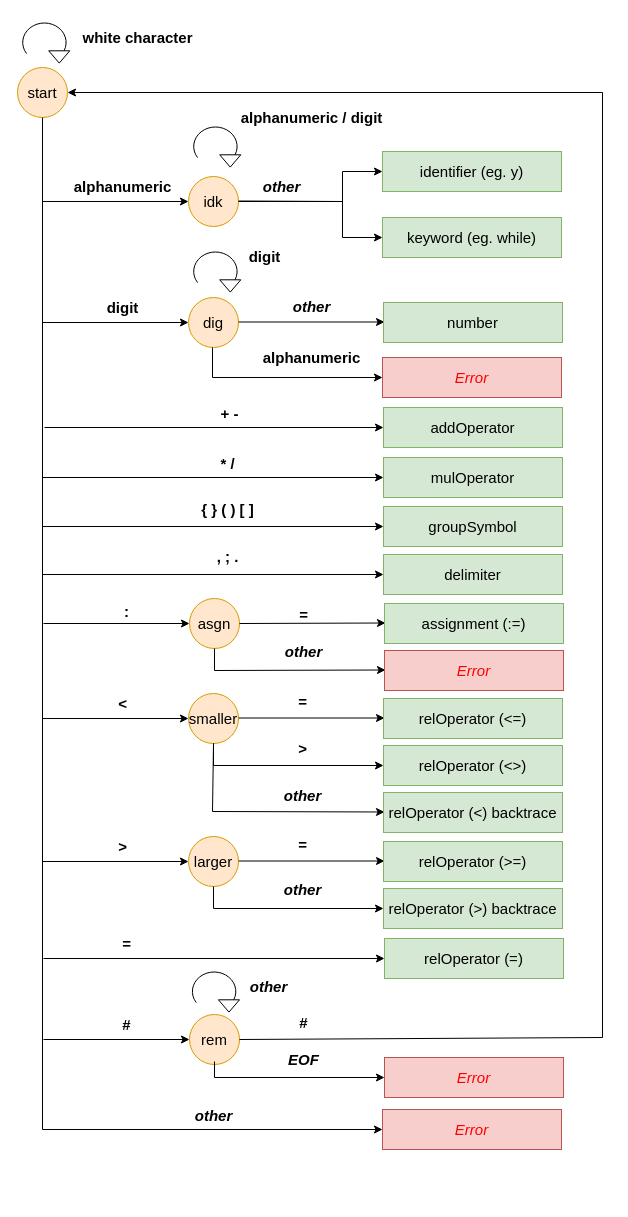
Above: diagrams/LexicalAnalyser.drawio in pKolok/myy802_cimple_2022 (draw.io), before the change. Source tidied: cells renumbered, new cells numbered last; positions are measured from the earlier drawing's top-left corner, leaving out a move shared by most shapes. Both pictures are drawn from the tidied source at 100%, with x=0, y=0 at pixel (17, 17).
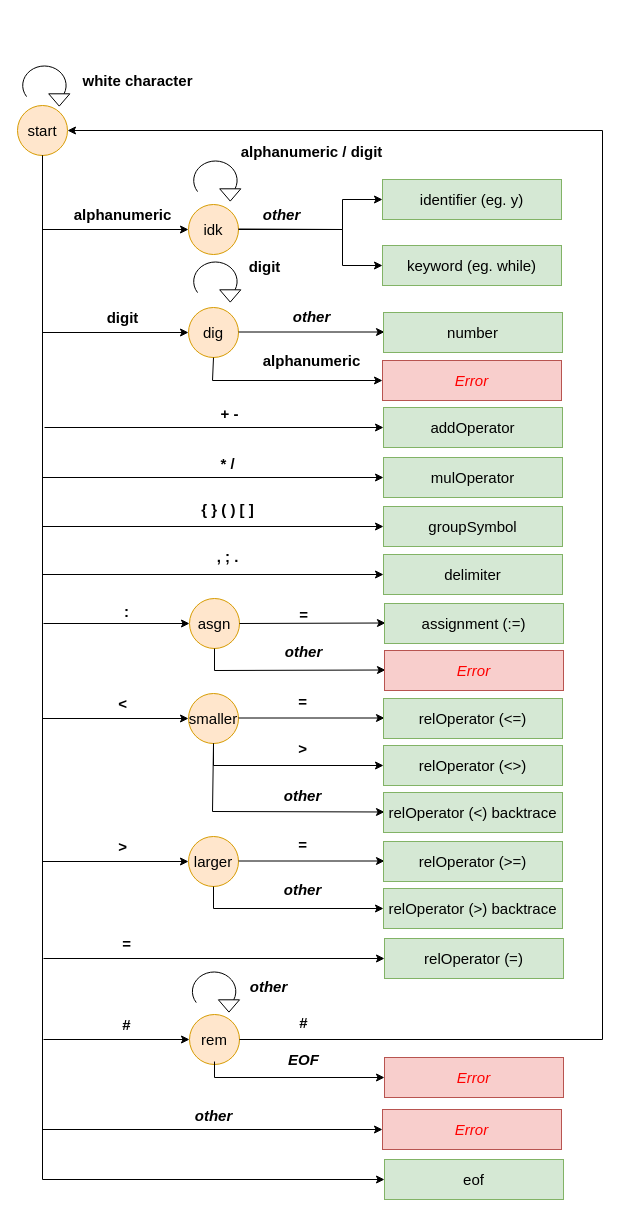
After the change.

Commit message (it also covers changes not shown here):
Phase 1 - Syntax Analyser v1

Unchanged cells that the change refers to:
```xml
<mxCell id="66" value="&lt;font style=&quot;font-size: 15px&quot;&gt;rem&lt;/font&gt;" style="ellipse;whiteSpace=wrap;html=1;fillColor=#ffe6cc;strokeColor=#d79b00;" parent="1" vertex="1">
  <mxGeometry x="172" y="997" width="50" height="50" as="geometry" />
</mxCell>
<mxCell id="78" value="&lt;i&gt;&lt;font color=&quot;#ff0000&quot;&gt;Error&lt;/font&gt;&lt;/i&gt;" style="rounded=0;whiteSpace=wrap;html=1;fontSize=15;strokeWidth=1;fillColor=#f8cecc;strokeColor=#b85450;" parent="1" vertex="1">
  <mxGeometry x="365" y="1092" width="179" height="40" as="geometry" />
</mxCell>
```

Diff of the diagram source:
```diff
@@
     <mxCell id="2" value="&lt;font style=&quot;font-size: 15px&quot;&gt;start&lt;/font&gt;" style="ellipse;whiteSpace=wrap;html=1;fillColor=#ffe6cc;strokeColor=#d79b00;" parent="1" vertex="1">
-      <mxGeometry y="50" width="50" height="50" as="geometry" />
+      <mxGeometry y="88" width="50" height="50" as="geometry" />
     </mxCell>
     <mxCell id="3" style="group;" parent="1" vertex="1">
-      <mxGeometry x="10" width="40" height="50" as="geometry" />
+      <mxGeometry x="10" y="38" width="40" height="50" as="geometry" />
     </mxCell>
     <mxCell id="4" style="verticalLabelPosition=bottom;verticalAlign=top;html=1;shape=mxgraph.basic.arc;startAngle=0.40362457352435005;endAngle=0.1;strokeWidth=1;fillColor=default;rotation=90;" parent="3" vertex="1">
-      <mxGeometry x="-2.6" y="3.3" width="39" height="43.4" as="geometry" />
+      <mxGeometry x="-2.6" y="8.3" width="39" height="43.4" as="geometry" />
     </mxCell>
     <mxCell id="5" style="triangle;whiteSpace=wrap;html=1;strokeWidth=1;fillColor=default;rotation=90;" parent="3" vertex="1">
-      <mxGeometry x="25.6" y="28.9" width="12.3" height="21.1" as="geometry" />
+      <mxGeometry x="25.6" y="33.9" width="12.3" height="21.1" as="geometry" />
     </mxCell>
     <mxCell id="6" value="&lt;b&gt;white character&lt;/b&gt;" style="text;html=1;align=center;verticalAlign=middle;fillColor=none;strokeColor=none;rounded=0;fontSize=15;" parent="1" vertex="1">
-      <mxGeometry x="55" y="10" width="130" height="20" as="geometry" />
+      <mxGeometry x="55" y="53" width="130" height="20" as="geometry" />
     </mxCell>
     <mxCell id="7" value="&lt;span style=&quot;font-size: 15px&quot;&gt;idk&lt;/span&gt;" style="ellipse;whiteSpace=wrap;html=1;fillColor=#ffe6cc;strokeColor=#d79b00;" parent="1" vertex="1">
-      <mxGeometry x="171" y="159" width="50" height="50" as="geometry" />
+      <mxGeometry x="171" y="187" width="50" height="50" as="geometry" />
     </mxCell>
     <mxCell id="8" style="group;" parent="1" vertex="1">
-      <mxGeometry x="181" y="99" width="40" height="50" as="geometry" />
+      <mxGeometry x="181" y="133" width="40" height="50" as="geometry" />
     </mxCell>
@@
     <mxCell id="11" value="&lt;b&gt;alphanumeric / digit&lt;/b&gt;" style="text;html=1;align=center;verticalAlign=middle;fillColor=none;strokeColor=none;rounded=0;fontSize=15;" parent="1" vertex="1">
-      <mxGeometry x="213.5" y="90" width="160" height="20" as="geometry" />
+      <mxGeometry x="213.5" y="124" width="160" height="20" as="geometry" />
     </mxCell>
     <mxCell id="12" style="endArrow=classic;html=1;rounded=0;fontSize=15;entryX=0;entryY=0.5;entryDx=0;entryDy=0;endFill=1;" parent="1" edge="1" target="7">
       <mxGeometry relative="1" as="geometry">
-        <mxPoint x="25" y="184" as="sourcePoint" />
+        <mxPoint x="25" y="212" as="sourcePoint" />
       </mxGeometry>
     </mxCell>
     <mxCell id="13" value="&lt;b&gt;alphanumeric&lt;/b&gt;" style="text;html=1;align=center;verticalAlign=middle;fillColor=none;strokeColor=none;rounded=0;fontSize=15;" parent="1" vertex="1">
-      <mxGeometry x="50" y="159" width="110" height="20" as="geometry" />
+      <mxGeometry x="50" y="187" width="110" height="20" as="geometry" />
     </mxCell>
     <mxCell id="14" style="endArrow=classic;html=1;rounded=0;fontSize=15;entryX=0;entryY=0.5;entryDx=0;entryDy=0;strokeColor=default;endFill=1;" parent="1" edge="1" target="15">
       <mxGeometry relative="1" as="geometry">
-        <mxPoint x="221" y="183.5" as="sourcePoint" />
+        <mxPoint x="221" y="211.5" as="sourcePoint" />
         <Array as="points">
-          <mxPoint x="325" y="184" />
-          <mxPoint x="325" y="154" />
+          <mxPoint x="325" y="212" />
+          <mxPoint x="325" y="182" />
         </Array>
       </mxGeometry>
     </mxCell>
     <mxCell id="15" value="identifier (eg. y)" style="rounded=0;whiteSpace=wrap;html=1;fontSize=15;strokeWidth=1;fillColor=#d5e8d4;strokeColor=#82b366;" parent="1" vertex="1">
-      <mxGeometry x="365" y="134" width="179" height="40" as="geometry" />
+      <mxGeometry x="365" y="162" width="179" height="40" as="geometry" />
     </mxCell>
     <mxCell id="16" style="endArrow=classic;html=1;rounded=0;fontSize=15;entryX=0;entryY=0.5;entryDx=0;entryDy=0;endFill=1;" parent="1" edge="1">
       <mxGeometry relative="1" as="geometry">
-        <mxPoint x="25" y="305" as="sourcePoint" />
-        <mxPoint x="171" y="305" as="targetPoint" />
+        <mxPoint x="25" y="315" as="sourcePoint" />
+        <mxPoint x="171" y="315" as="targetPoint" />
       </mxGeometry>
     </mxCell>
     <mxCell id="17" value="&lt;font style=&quot;font-size: 15px&quot;&gt;dig&lt;/font&gt;" style="ellipse;whiteSpace=wrap;html=1;fillColor=#ffe6cc;strokeColor=#d79b00;" parent="1" vertex="1">
-      <mxGeometry x="171" y="280" width="50" height="50" as="geometry" />
+      <mxGeometry x="171" y="290" width="50" height="50" as="geometry" />
     </mxCell>
     <mxCell id="18" style="group;" parent="1" vertex="1">
-      <mxGeometry x="181" y="229" width="40" height="50" as="geometry" />
+      <mxGeometry x="181" y="257" width="40" height="50" as="geometry" />
     </mxCell>
     <mxCell id="19" style="verticalLabelPosition=bottom;verticalAlign=top;html=1;shape=mxgraph.basic.arc;startAngle=0.40362457352435005;endAngle=0.1;strokeWidth=1;fillColor=default;rotation=90;" parent="18" vertex="1">
-      <mxGeometry x="-2.6" y="3.3" width="39" height="43.4" as="geometry" />
+      <mxGeometry x="-2.6" y="-14.7" width="39" height="43.4" as="geometry" />
     </mxCell>
     <mxCell id="20" style="triangle;whiteSpace=wrap;html=1;strokeWidth=1;fillColor=default;rotation=90;" parent="18" vertex="1">
-      <mxGeometry x="25.6" y="28.9" width="12.3" height="21.1" as="geometry" />
+      <mxGeometry x="25.6" y="10.9" width="12.3" height="21.1" as="geometry" />
     </mxCell>
     <mxCell id="21" value="&lt;b&gt;digit&lt;/b&gt;" style="text;html=1;align=center;verticalAlign=middle;fillColor=none;strokeColor=none;rounded=0;fontSize=15;" parent="1" vertex="1">
-      <mxGeometry x="222" y="229" width="50" height="20" as="geometry" />
+      <mxGeometry x="222" y="239" width="50" height="20" as="geometry" />
     </mxCell>
     <mxCell id="22" style="endArrow=classic;html=1;rounded=0;fontSize=15;entryX=0;entryY=0.5;entryDx=0;entryDy=0;endFill=1;" parent="1" edge="1">
       <mxGeometry relative="1" as="geometry">
-        <mxPoint x="221" y="304.5" as="sourcePoint" />
-        <mxPoint x="367" y="304.5" as="targetPoint" />
+        <mxPoint x="221" y="314.5" as="sourcePoint" />
+        <mxPoint x="367" y="314.5" as="targetPoint" />
       </mxGeometry>
     </mxCell>
     <mxCell id="23" value="number" style="rounded=0;whiteSpace=wrap;html=1;fontSize=15;strokeWidth=1;fillColor=#d5e8d4;strokeColor=#82b366;" parent="1" vertex="1">
-      <mxGeometry x="366" y="285" width="179" height="40" as="geometry" />
+      <mxGeometry x="366" y="295" width="179" height="40" as="geometry" />
     </mxCell>
     <mxCell id="24" value="&lt;b&gt;digit&lt;/b&gt;" style="text;html=1;align=center;verticalAlign=middle;fillColor=none;strokeColor=none;rounded=0;fontSize=15;" parent="1" vertex="1">
-      <mxGeometry x="80" y="280" width="50" height="20" as="geometry" />
+      <mxGeometry x="80" y="290" width="50" height="20" as="geometry" />
     </mxCell>
@@
     <mxCell id="67" style="endArrow=classic;html=1;rounded=0;fontSize=15;entryX=1;entryY=0.5;entryDx=0;entryDy=0;exitX=1;exitY=0.5;exitDx=0;exitDy=0;endFill=1;" parent="1" edge="1" source="66" target="2">
       <mxGeometry relative="1" as="geometry">
         <Array as="points">
-          <mxPoint x="585" y="1020" />
-          <mxPoint x="585" y="75" />
+          <mxPoint x="585" y="1022" />
+          <mxPoint x="585" y="113" />
         </Array>
       </mxGeometry>
     </mxCell>
@@
-    <mxCell id="77" style="endArrow=classic;html=1;rounded=0;fontSize=15;entryX=0;entryY=0.5;entryDx=0;entryDy=0;exitX=0.5;exitY=1;exitDx=0;exitDy=0;endFill=1;" parent="1" edge="1" source="2" target="78">
+    <mxCell id="77" style="endArrow=classic;html=1;rounded=0;fontSize=15;entryX=0;entryY=0.5;entryDx=0;entryDy=0;endFill=1;exitX=0.5;exitY=1;exitDx=0;exitDy=0;" parent="1" edge="1" source="2" target="78">
       <mxGeometry relative="1" as="geometry">
         <Array as="points">
           <mxPoint x="25" y="1112" />
         </Array>
       </mxGeometry>
     </mxCell>
@@
-    <mxCell id="80" style="endArrow=none;html=1;rounded=0;fontColor=#FF0000;exitX=0;exitY=0.5;exitDx=0;exitDy=0;endFill=0;startArrow=classic;startFill=1;" parent="1" edge="1" source="81">
+    <mxCell id="80" style="endArrow=none;html=1;rounded=0;fontColor=#FF0000;exitX=0;exitY=0.5;exitDx=0;exitDy=0;endFill=0;startArrow=classic;startFill=1;entryX=0.5;entryY=1;entryDx=0;entryDy=0;" parent="1" edge="1" source="81" target="17">
       <mxGeometry relative="1" as="geometry">
-        <mxPoint x="195" y="330" as="targetPoint" />
         <Array as="points">
-          <mxPoint x="195" y="360" />
+          <mxPoint x="195" y="363" />
         </Array>
       </mxGeometry>
     </mxCell>
     <mxCell id="81" value="&lt;i&gt;&lt;font color=&quot;#ff0000&quot;&gt;Error&lt;/font&gt;&lt;/i&gt;" style="rounded=0;whiteSpace=wrap;html=1;fontSize=15;strokeWidth=1;fillColor=#f8cecc;strokeColor=#b85450;" parent="1" vertex="1">
-      <mxGeometry x="365" y="340" width="179" height="40" as="geometry" />
+      <mxGeometry x="365" y="343" width="179" height="40" as="geometry" />
     </mxCell>
     <mxCell id="82" value="&lt;i&gt;&lt;b&gt;other&lt;/b&gt;&lt;/i&gt;" style="text;html=1;align=center;verticalAlign=middle;fillColor=none;strokeColor=none;rounded=0;fontSize=15;" parent="1" vertex="1">
-      <mxGeometry x="238.5" y="159" width="50" height="20" as="geometry" />
+      <mxGeometry x="238.5" y="187" width="50" height="20" as="geometry" />
     </mxCell>
     <mxCell id="83" value="&lt;i&gt;&lt;b&gt;other&lt;/b&gt;&lt;/i&gt;" style="text;html=1;align=center;verticalAlign=middle;fillColor=none;strokeColor=none;rounded=0;fontSize=15;" parent="1" vertex="1">
-      <mxGeometry x="268.5" y="279" width="50" height="20" as="geometry" />
+      <mxGeometry x="268.5" y="289" width="50" height="20" as="geometry" />
     </mxCell>
     <mxCell id="84" value="&lt;b&gt;alphanumeric&lt;/b&gt;" style="text;html=1;align=center;verticalAlign=middle;fillColor=none;strokeColor=none;rounded=0;fontSize=15;" parent="1" vertex="1">
-      <mxGeometry x="238.5" y="330" width="110" height="20" as="geometry" />
+      <mxGeometry x="238.5" y="333" width="110" height="20" as="geometry" />
     </mxCell>
     <mxCell id="85" value="keyword (eg. while)" style="rounded=0;whiteSpace=wrap;html=1;fontSize=15;strokeWidth=1;fillColor=#d5e8d4;strokeColor=#82b366;" parent="1" vertex="1">
-      <mxGeometry x="365" y="200" width="179" height="40" as="geometry" />
+      <mxGeometry x="365" y="228" width="179" height="40" as="geometry" />
     </mxCell>
     <mxCell id="86" style="endArrow=classic;html=1;rounded=0;fontColor=#FF0000;entryX=0;entryY=0.5;entryDx=0;entryDy=0;exitX=1;exitY=0.5;exitDx=0;exitDy=0;endFill=1;" parent="1" edge="1" source="7" target="85">
       <mxGeometry relative="1" as="geometry">
         <Array as="points">
-          <mxPoint x="325" y="184" />
-          <mxPoint x="325" y="220" />
+          <mxPoint x="325" y="212" />
+          <mxPoint x="325" y="248" />
         </Array>
       </mxGeometry>
     </mxCell>
@@
+    <mxCell id="93" value="eof" style="rounded=0;whiteSpace=wrap;html=1;fontSize=15;strokeWidth=1;fillColor=#d5e8d4;strokeColor=#82b366;" parent="1" vertex="1">
+      <mxGeometry x="367" y="1142" width="179" height="40" as="geometry" />
+    </mxCell>
+    <mxCell id="94" style="endArrow=classic;html=1;rounded=0;fontSize=15;entryX=0;entryY=0.5;entryDx=0;entryDy=0;endFill=1;exitX=0.5;exitY=1;exitDx=0;exitDy=0;" parent="1" edge="1" source="2" target="93">
+      <mxGeometry relative="1" as="geometry">
+        <Array as="points">
+          <mxPoint x="25" y="1162" />
+        </Array>
+      </mxGeometry>
+    </mxCell>
```
